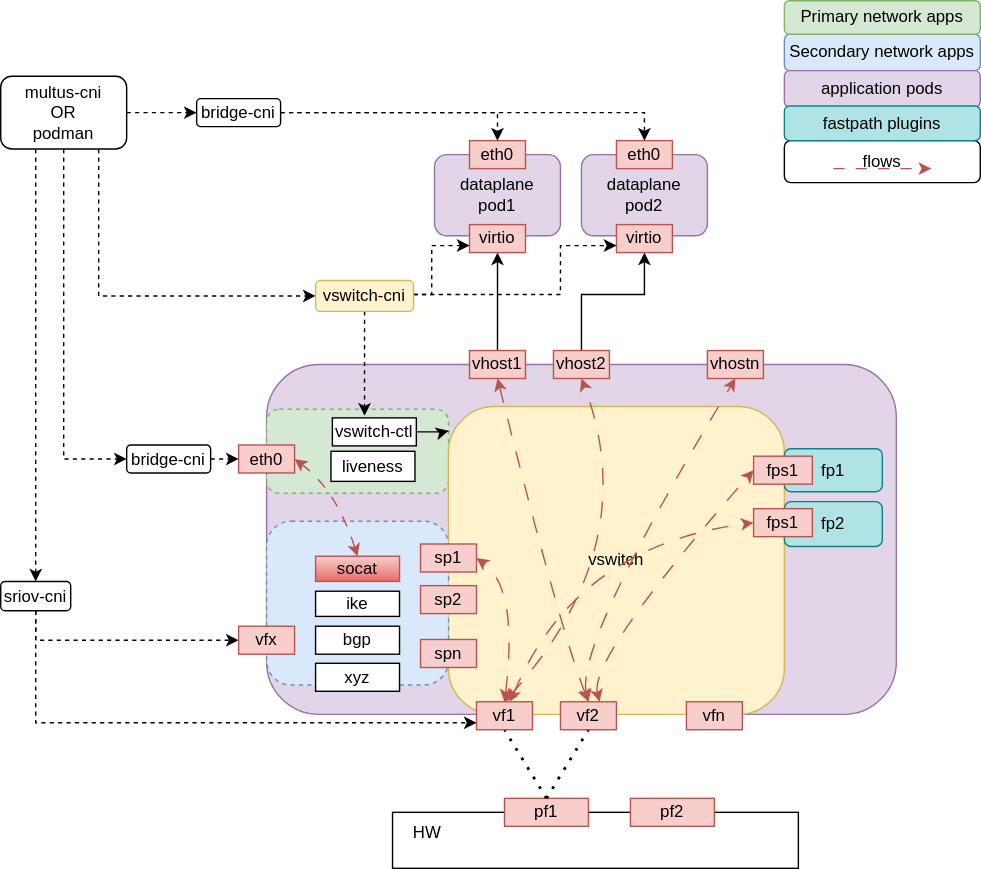
This is docs/images/vswitch.drawio.svg from sriramy/vswitch, a draw.io export, as it was before one commit. Source tidied: cells renumbered, new cells last; positions are measured from the earlier drawing's top-left corner, leaving out a move shared by most shapes.
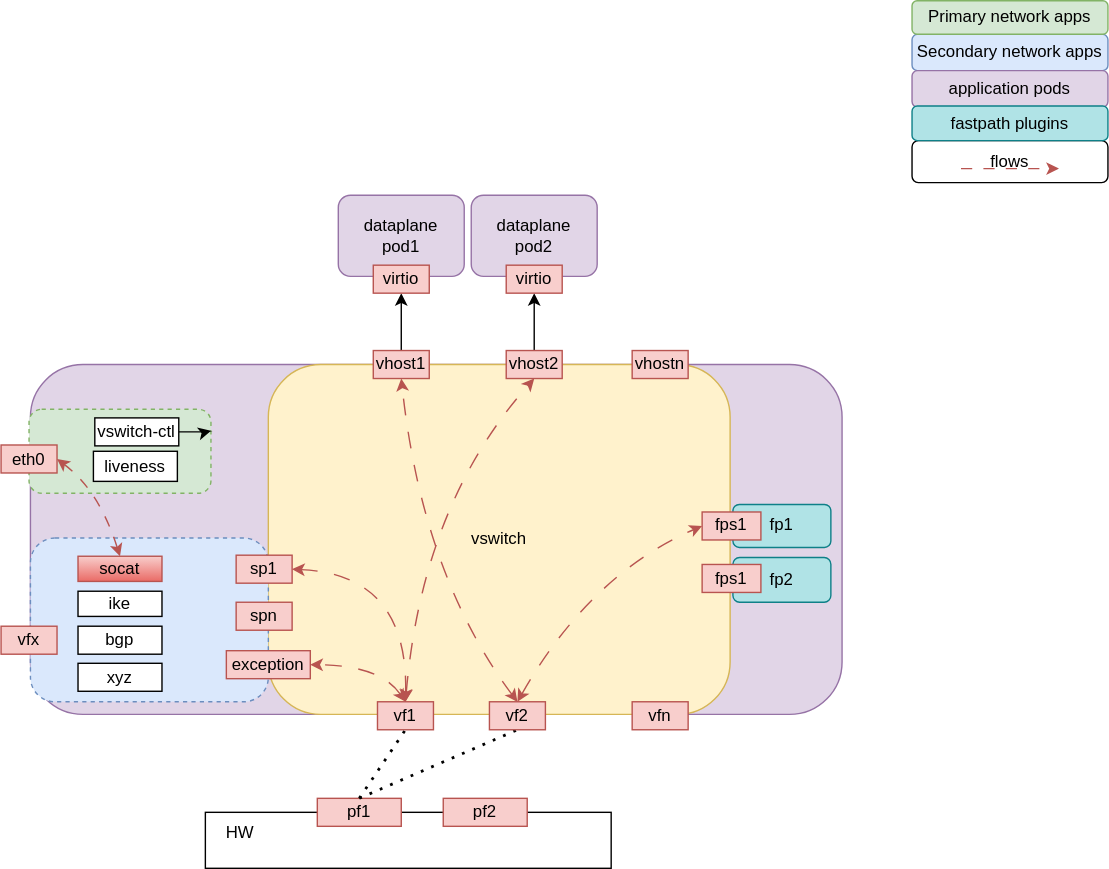
After the commit.

What changed in the source:
```diff
@@ -8,10 +8,7 @@
     <mxCell id="3" style="rounded=1;whiteSpace=wrap;html=1;fillColor=#e1d5e7;strokeColor=#9673a6;" parent="1" vertex="1">
-      <mxGeometry x="190" y="260" width="450" height="250" as="geometry" />
+      <mxGeometry x="-70" y="260" width="580" height="250" as="geometry" />
     </mxCell>
-    <mxCell id="4" style="edgeStyle=orthogonalEdgeStyle;rounded=0;jettySize=auto;html=1;entryX=0.5;entryY=1;entryDx=0;entryDy=0;" parent="1" edge="1" source="5" target="34">
+    <mxCell id="4" style="edgeStyle=orthogonalEdgeStyle;rounded=0;jettySize=auto;html=1;entryX=0.5;entryY=1;entryDx=0;entryDy=0;exitX=0.5;exitY=0;exitDx=0;exitDy=0;" parent="1" edge="1" source="5" target="34">
       <mxGeometry relative="1" as="geometry" />
     </mxCell>
-    <mxCell id="5" value="vhost1" style="rounded=0;whiteSpace=wrap;html=1;fillColor=#f8cecc;strokeColor=#b85450;" parent="1" vertex="1">
-      <mxGeometry x="335" y="250" width="40" height="20" as="geometry" />
-    </mxCell>
     <mxCell id="6" style="edgeStyle=orthogonalEdgeStyle;rounded=0;jettySize=auto;html=1;entryX=0.5;entryY=1;entryDx=0;entryDy=0;" parent="1" edge="1" source="7" target="36">
@@ -19,4 +16,4 @@
         <Array as="points">
-          <mxPoint x="415" y="210" />
-          <mxPoint x="460" y="210" />
+          <mxPoint x="290" y="260" />
+          <mxPoint x="290" y="180" />
         </Array>
@@ -24,19 +21,13 @@
     </mxCell>
-    <mxCell id="7" value="vhost2" style="rounded=0;whiteSpace=wrap;html=1;fillColor=#f8cecc;strokeColor=#b85450;" parent="1" vertex="1">
-      <mxGeometry x="395" y="250" width="40" height="20" as="geometry" />
-    </mxCell>
-    <mxCell id="8" value="vhostn" style="rounded=0;whiteSpace=wrap;html=1;fillColor=#f8cecc;strokeColor=#b85450;" parent="1" vertex="1">
-      <mxGeometry x="505" y="250" width="40" height="20" as="geometry" />
-    </mxCell>
     <mxCell id="9" style="rounded=0;whiteSpace=wrap;html=1;" parent="1" vertex="1">
-      <mxGeometry x="280" y="580" width="290" height="40" as="geometry" />
+      <mxGeometry x="55" y="580" width="290" height="40" as="geometry" />
     </mxCell>
     <mxCell id="10" value="HW" style="text;html=1;strokeColor=none;fillColor=none;align=center;verticalAlign=middle;whiteSpace=wrap;rounded=0;" parent="1" vertex="1">
-      <mxGeometry x="275" y="580" width="60" height="30" as="geometry" />
+      <mxGeometry x="50" y="580" width="60" height="30" as="geometry" />
     </mxCell>
     <mxCell id="11" value="pf1" style="rounded=0;whiteSpace=wrap;html=1;fillColor=#f8cecc;strokeColor=#b85450;" parent="1" vertex="1">
-      <mxGeometry x="360" y="570" width="60" height="20" as="geometry" />
+      <mxGeometry x="135" y="570" width="60" height="20" as="geometry" />
     </mxCell>
     <mxCell id="12" value="pf2" style="rounded=0;whiteSpace=wrap;html=1;fillColor=#f8cecc;strokeColor=#b85450;" parent="1" vertex="1">
-      <mxGeometry x="450" y="570" width="60" height="20" as="geometry" />
+      <mxGeometry x="225" y="570" width="60" height="20" as="geometry" />
     </mxCell>
@@ -49,21 +40,23 @@
     <mxCell id="15" style="rounded=1;whiteSpace=wrap;html=1;dashed=1;fillColor=#d5e8d4;strokeColor=#82b366;" parent="1" vertex="1">
-      <mxGeometry x="190" y="292" width="130" height="60" as="geometry" />
+      <mxGeometry x="-71" y="292" width="130" height="60" as="geometry" />
     </mxCell>
     <mxCell id="16" value="vswitch" style="rounded=1;whiteSpace=wrap;html=1;fillColor=#fff2cc;strokeColor=#d6b656;" parent="1" vertex="1">
-      <mxGeometry x="320" y="290" width="240" height="220" as="geometry" />
+      <mxGeometry x="100" y="260" width="330" height="250" as="geometry" />
     </mxCell>
     <mxCell id="17" style="rounded=1;whiteSpace=wrap;html=1;dashed=1;fillColor=#dae8fc;strokeColor=#6c8ebf;" parent="1" vertex="1">
-      <mxGeometry x="190" y="372" width="130" height="117" as="geometry" />
+      <mxGeometry x="-70" y="384" width="170" height="117" as="geometry" />
     </mxCell>
     <mxCell id="18" value="ike" style="rounded=0;whiteSpace=wrap;html=1;" parent="1" vertex="1">
-      <mxGeometry x="225" y="422" width="60" height="18" as="geometry" />
+      <mxGeometry x="-36" y="422" width="60" height="18" as="geometry" />
     </mxCell>
     <mxCell id="19" value="bgp" style="rounded=0;whiteSpace=wrap;html=1;" parent="1" vertex="1">
-      <mxGeometry x="225" y="447" width="60" height="20" as="geometry" />
+      <mxGeometry x="-36" y="447" width="60" height="20" as="geometry" />
     </mxCell>
-    <mxCell id="20" style="edgeStyle=orthogonalEdgeStyle;rounded=0;jettySize=auto;html=1;entryX=0;entryY=0.079;entryDx=0;entryDy=0;entryPerimeter=0;" parent="1" edge="1" source="21" target="16">
-      <mxGeometry relative="1" as="geometry" />
+    <mxCell id="20" style="edgeStyle=orthogonalEdgeStyle;rounded=0;jettySize=auto;html=1;entryX=0;entryY=0.079;entryDx=0;entryDy=0;entryPerimeter=0;" parent="1" edge="1" source="21">
+      <mxGeometry relative="1" as="geometry">
+        <mxPoint x="59" y="307.4" as="targetPoint" />
+      </mxGeometry>
     </mxCell>
     <mxCell id="21" value="vswitch-ctl" style="rounded=0;whiteSpace=wrap;html=1;" parent="1" vertex="1">
-      <mxGeometry x="237" y="298.1" width="60" height="20" as="geometry" />
+      <mxGeometry x="-24" y="298.1" width="60" height="20" as="geometry" />
     </mxCell>
@@ -76,18 +69,15 @@
     <mxCell id="24" value="sp1" style="rounded=0;whiteSpace=wrap;html=1;fillColor=#f8cecc;strokeColor=#b85450;" parent="1" vertex="1">
-      <mxGeometry x="300" y="388.2" width="40" height="20" as="geometry" />
+      <mxGeometry x="77" y="396.2" width="40" height="20" as="geometry" />
     </mxCell>
-    <mxCell id="25" value="sp2" style="rounded=0;whiteSpace=wrap;html=1;fillColor=#f8cecc;strokeColor=#b85450;" parent="1" vertex="1">
-      <mxGeometry x="300" y="418" width="40" height="20" as="geometry" />
-    </mxCell>
-    <mxCell id="26" value="spn" style="rounded=0;whiteSpace=wrap;html=1;fillColor=#f8cecc;strokeColor=#b85450;" parent="1" vertex="1">
-      <mxGeometry x="300" y="456.5" width="40" height="20" as="geometry" />
+    <mxCell id="26" value="exception" style="rounded=0;whiteSpace=wrap;html=1;fillColor=#f8cecc;strokeColor=#b85450;" parent="1" vertex="1">
+      <mxGeometry x="70" y="464.5" width="60" height="20" as="geometry" />
     </mxCell>
     <mxCell id="27" value="eth0" style="rounded=0;whiteSpace=wrap;html=1;fillColor=#f8cecc;strokeColor=#b85450;" parent="1" vertex="1">
-      <mxGeometry x="170" y="317.5" width="40" height="20" as="geometry" />
+      <mxGeometry x="-91" y="317.5" width="40" height="20" as="geometry" />
     </mxCell>
     <mxCell id="28" value="vf1" style="rounded=0;whiteSpace=wrap;html=1;fillColor=#f8cecc;strokeColor=#b85450;" parent="1" vertex="1">
-      <mxGeometry x="340" y="501" width="40" height="20" as="geometry" />
+      <mxGeometry x="178" y="501" width="40" height="20" as="geometry" />
     </mxCell>
     <mxCell id="29" value="liveness" style="rounded=0;whiteSpace=wrap;html=1;" parent="1" vertex="1">
-      <mxGeometry x="236" y="322" width="60" height="21.5" as="geometry" />
+      <mxGeometry x="-25" y="322" width="60" height="21.5" as="geometry" />
     </mxCell>
@@ -96,3 +86,3 @@
         <Array as="points">
-          <mxPoint x="460" y="390" />
+          <mxPoint x="210" y="360" />
         </Array>
@@ -100,6 +90,6 @@
     </mxCell>
-    <mxCell id="31" style="curved=1;endArrow=classic;html=1;rounded=0;exitX=0.5;exitY=0;exitDx=0;exitDy=0;entryX=1;entryY=0.5;entryDx=0;entryDy=0;dashed=1;dashPattern=12 12;fillColor=#f8cecc;strokeColor=#b85450;startArrow=classic;startFill=1;" parent="1" edge="1" source="28" target="24">
+    <mxCell id="31" style="curved=1;endArrow=classic;html=1;rounded=0;exitX=0.5;exitY=0;exitDx=0;exitDy=0;dashed=1;dashPattern=12 12;fillColor=#f8cecc;strokeColor=#b85450;startArrow=classic;startFill=1;entryX=1;entryY=0.5;entryDx=0;entryDy=0;" parent="1" edge="1" source="28" target="24">
       <mxGeometry relative="1" as="geometry">
         <Array as="points">
-          <mxPoint x="370" y="420" />
+          <mxPoint x="200" y="410" />
         </Array>
@@ -110,3 +100,3 @@
         <Array as="points">
-          <mxPoint x="400" y="450" />
+          <mxPoint x="210" y="410" />
         </Array>
@@ -115,12 +105,12 @@
     <mxCell id="33" value="dataplane&lt;br&gt;pod1" style="rounded=1;whiteSpace=wrap;html=1;fillColor=#e1d5e7;strokeColor=#9673a6;" parent="1" vertex="1">
-      <mxGeometry x="310" y="110" width="90" height="58" as="geometry" />
+      <mxGeometry x="150" y="139" width="90" height="58" as="geometry" />
     </mxCell>
     <mxCell id="34" value="virtio" style="rounded=0;whiteSpace=wrap;html=1;fillColor=#f8cecc;strokeColor=#b85450;" parent="1" vertex="1">
-      <mxGeometry x="335" y="160" width="40" height="20" as="geometry" />
+      <mxGeometry x="175" y="189" width="40" height="20" as="geometry" />
     </mxCell>
     <mxCell id="35" value="dataplane&lt;br&gt;pod2" style="rounded=1;whiteSpace=wrap;html=1;fillColor=#e1d5e7;strokeColor=#9673a6;" parent="1" vertex="1">
-      <mxGeometry x="415" y="110" width="90" height="58" as="geometry" />
+      <mxGeometry x="245" y="139" width="90" height="58" as="geometry" />
     </mxCell>
     <mxCell id="36" value="virtio" style="rounded=0;whiteSpace=wrap;html=1;fillColor=#f8cecc;strokeColor=#b85450;" parent="1" vertex="1">
-      <mxGeometry x="440" y="160" width="40" height="20" as="geometry" />
+      <mxGeometry x="270" y="189" width="40" height="20" as="geometry" />
     </mxCell>
@@ -129,9 +119,2 @@
     </mxCell>
-    <mxCell id="38" style="curved=1;endArrow=classic;html=1;rounded=0;exitX=0.5;exitY=0;exitDx=0;exitDy=0;entryX=0.5;entryY=1;entryDx=0;entryDy=0;dashed=1;dashPattern=12 12;fillColor=#f8cecc;strokeColor=#b85450;startArrow=classic;startFill=1;" parent="1" edge="1" source="52" target="8">
-      <mxGeometry relative="1" as="geometry">
-        <Array as="points">
-          <mxPoint x="410" y="460" />
-        </Array>
-      </mxGeometry>
-    </mxCell>
     <mxCell id="39" style="endArrow=classic;html=1;rounded=0;dashed=1;dashPattern=8 8;fillColor=#f8cecc;strokeColor=#b85450;" parent="1" edge="1">
@@ -142,105 +125,27 @@
     </mxCell>
-    <mxCell id="40" style="edgeStyle=orthogonalEdgeStyle;rounded=0;jettySize=auto;html=1;entryX=0;entryY=0.75;entryDx=0;entryDy=0;fillColor=#fff2cc;strokeColor=#000000;dashed=1;" parent="1" edge="1" source="43" target="34">
-      <mxGeometry relative="1" as="geometry">
-        <Array as="points">
-          <mxPoint x="308" y="210" />
-          <mxPoint x="308" y="175" />
-        </Array>
-      </mxGeometry>
-    </mxCell>
-    <mxCell id="41" style="edgeStyle=orthogonalEdgeStyle;rounded=0;jettySize=auto;html=1;entryX=0.383;entryY=-0.075;entryDx=0;entryDy=0;fillColor=#fff2cc;strokeColor=#000000;dashed=1;exitX=0.5;exitY=1;exitDx=0;exitDy=0;entryPerimeter=0;" parent="1" edge="1" source="43" target="21">
-      <mxGeometry relative="1" as="geometry" />
-    </mxCell>
-    <mxCell id="42" style="edgeStyle=orthogonalEdgeStyle;rounded=0;jettySize=auto;html=1;entryX=0;entryY=0.75;entryDx=0;entryDy=0;dashed=1;" parent="1" edge="1" source="43" target="36">
-      <mxGeometry relative="1" as="geometry">
-        <Array as="points">
-          <mxPoint x="400" y="210" />
-          <mxPoint x="400" y="175" />
-        </Array>
-      </mxGeometry>
-    </mxCell>
-    <mxCell id="43" value="vswitch-cni" style="rounded=1;whiteSpace=wrap;html=1;fillColor=#fff2cc;strokeColor=#d6b656;" parent="1" vertex="1">
-      <mxGeometry x="225" y="200" width="70" height="22" as="geometry" />
-    </mxCell>
-    <mxCell id="44" style="edgeStyle=orthogonalEdgeStyle;rounded=0;jettySize=auto;html=1;entryX=0;entryY=0.5;entryDx=0;entryDy=0;dashed=1;exitX=1;exitY=0.5;exitDx=0;exitDy=0;" parent="1" edge="1" source="56" target="27">
-      <mxGeometry relative="1" as="geometry" />
-    </mxCell>
-    <mxCell id="45" style="edgeStyle=orthogonalEdgeStyle;rounded=0;jettySize=auto;html=1;entryX=0.5;entryY=0;entryDx=0;entryDy=0;dashed=1;" parent="1" edge="1" source="48" target="50">
-      <mxGeometry relative="1" as="geometry">
-        <Array as="points">
-          <mxPoint x="25" y="250" />
-          <mxPoint x="25" y="250" />
-        </Array>
-      </mxGeometry>
-    </mxCell>
-    <mxCell id="46" style="edgeStyle=orthogonalEdgeStyle;rounded=0;jettySize=auto;html=1;entryX=0;entryY=0.5;entryDx=0;entryDy=0;dashed=1;" parent="1" edge="1" source="48" target="60">
-      <mxGeometry relative="1" as="geometry" />
-    </mxCell>
-    <mxCell id="47" style="edgeStyle=orthogonalEdgeStyle;rounded=0;jettySize=auto;html=1;entryX=0;entryY=0.5;entryDx=0;entryDy=0;dashed=1;" parent="1" edge="1" source="48" target="43">
-      <mxGeometry relative="1" as="geometry">
-        <Array as="points">
-          <mxPoint x="70" y="211" />
-        </Array>
-      </mxGeometry>
-    </mxCell>
-    <mxCell id="48" value="multus-cni&lt;br&gt;OR&lt;br&gt;podman" style="rounded=1;whiteSpace=wrap;html=1;" parent="1" vertex="1">
-      <mxGeometry y="54" width="90" height="52" as="geometry" />
-    </mxCell>
-    <mxCell id="49" style="edgeStyle=orthogonalEdgeStyle;rounded=0;jettySize=auto;html=1;entryX=0;entryY=0.75;entryDx=0;entryDy=0;dashed=1;" parent="1" edge="1" source="50" target="28">
-      <mxGeometry relative="1" as="geometry">
-        <Array as="points">
-          <mxPoint x="25" y="516" />
-        </Array>
-      </mxGeometry>
-    </mxCell>
-    <mxCell id="50" value="sriov-cni" style="rounded=1;whiteSpace=wrap;html=1;" parent="1" vertex="1">
-      <mxGeometry y="415" width="50" height="21" as="geometry" />
-    </mxCell>
     <mxCell id="51" value="vfn" style="rounded=0;whiteSpace=wrap;html=1;fillColor=#f8cecc;strokeColor=#b85450;" parent="1" vertex="1">
-      <mxGeometry x="490" y="501" width="40" height="20" as="geometry" />
+      <mxGeometry x="360" y="501" width="40" height="20" as="geometry" />
     </mxCell>
     <mxCell id="52" value="vf2" style="rounded=0;whiteSpace=wrap;html=1;fillColor=#f8cecc;strokeColor=#b85450;" parent="1" vertex="1">
-      <mxGeometry x="400" y="501" width="40" height="20" as="geometry" />
+      <mxGeometry x="258" y="501" width="40" height="20" as="geometry" />
     </mxCell>
     <mxCell id="53" value="socat" style="rounded=0;whiteSpace=wrap;html=1;fillColor=#f8cecc;strokeColor=#b85450;gradientColor=#ea6b66;" parent="1" vertex="1">
-      <mxGeometry x="225" y="397" width="60" height="18" as="geometry" />
+      <mxGeometry x="-36" y="397" width="60" height="18" as="geometry" />
     </mxCell>
-    <mxCell id="54" value="eth0" style="rounded=0;whiteSpace=wrap;html=1;fillColor=#f8cecc;strokeColor=#b85450;" parent="1" vertex="1">
-      <mxGeometry x="335" y="100" width="40" height="20" as="geometry" />
-    </mxCell>
-    <mxCell id="55" style="edgeStyle=orthogonalEdgeStyle;rounded=0;jettySize=auto;html=1;entryX=0;entryY=0.5;entryDx=0;entryDy=0;dashed=1;exitX=0.5;exitY=1;exitDx=0;exitDy=0;" parent="1" edge="1" source="48" target="56">
-      <mxGeometry relative="1" as="geometry" />
-    </mxCell>
-    <mxCell id="56" value="bridge-cni" style="rounded=1;whiteSpace=wrap;html=1;" parent="1" vertex="1">
-      <mxGeometry x="90" y="317.5" width="60" height="20" as="geometry" />
-    </mxCell>
-    <mxCell id="57" value="eth0" style="rounded=0;whiteSpace=wrap;html=1;fillColor=#f8cecc;strokeColor=#b85450;" parent="1" vertex="1">
-      <mxGeometry x="440" y="100" width="40" height="20" as="geometry" />
-    </mxCell>
-    <mxCell id="58" style="edgeStyle=orthogonalEdgeStyle;rounded=0;jettySize=auto;html=1;entryX=0.5;entryY=0;entryDx=0;entryDy=0;dashed=1;" parent="1" edge="1" source="60" target="54">
-      <mxGeometry relative="1" as="geometry" />
-    </mxCell>
-    <mxCell id="59" style="edgeStyle=orthogonalEdgeStyle;rounded=0;jettySize=auto;html=1;entryX=0.5;entryY=0;entryDx=0;entryDy=0;dashed=1;" parent="1" edge="1" source="60" target="57">
-      <mxGeometry relative="1" as="geometry" />
-    </mxCell>
-    <mxCell id="60" value="bridge-cni" style="rounded=1;whiteSpace=wrap;html=1;" parent="1" vertex="1">
-      <mxGeometry x="140" y="70" width="60" height="20" as="geometry" />
-    </mxCell>
     <mxCell id="61" value="fp1" style="rounded=1;whiteSpace=wrap;html=1;fillColor=#b0e3e6;strokeColor=#0e8088;" parent="1" vertex="1">
-      <mxGeometry x="560" y="320.1" width="70" height="30.8" as="geometry" />
+      <mxGeometry x="432" y="360" width="70" height="30.8" as="geometry" />
     </mxCell>
     <mxCell id="62" value="fp2" style="rounded=1;whiteSpace=wrap;html=1;fillColor=#b0e3e6;strokeColor=#0e8088;" parent="1" vertex="1">
-      <mxGeometry x="560" y="358" width="70" height="32" as="geometry" />
+      <mxGeometry x="432" y="397.9" width="70" height="32" as="geometry" />
     </mxCell>
     <mxCell id="63" value="fps1" style="rounded=0;whiteSpace=wrap;html=1;fillColor=#f8cecc;strokeColor=#b85450;" parent="1" vertex="1">
-      <mxGeometry x="538" y="325.5" width="42" height="20" as="geometry" />
+      <mxGeometry x="410" y="365.4" width="42" height="20" as="geometry" />
     </mxCell>
     <mxCell id="64" value="fps1" style="rounded=0;whiteSpace=wrap;html=1;fillColor=#f8cecc;strokeColor=#b85450;" parent="1" vertex="1">
-      <mxGeometry x="538" y="363" width="42" height="20" as="geometry" />
+      <mxGeometry x="410" y="402.9" width="42" height="20" as="geometry" />
     </mxCell>
-    <mxCell id="65" style="curved=1;endArrow=classic;html=1;rounded=0;exitX=0.45;exitY=-0.5;exitDx=0;exitDy=0;entryX=0;entryY=0.5;entryDx=0;entryDy=0;dashed=1;dashPattern=12 12;fillColor=#f8cecc;strokeColor=#b85450;exitPerimeter=0;startArrow=classic;startFill=1;" parent="1" edge="1" target="63">
+    <mxCell id="65" style="curved=1;endArrow=classic;html=1;rounded=0;exitX=0.5;exitY=0;exitDx=0;exitDy=0;entryX=0;entryY=0.5;entryDx=0;entryDy=0;dashed=1;dashPattern=12 12;fillColor=#f8cecc;strokeColor=#b85450;startArrow=classic;startFill=1;" parent="1" edge="1" source="52" target="63">
       <mxGeometry relative="1" as="geometry">
-        <mxPoint x="428" y="501" as="sourcePoint" />
         <Array as="points">
-          <mxPoint x="420" y="470" />
+          <mxPoint x="330" y="410" />
         </Array>
@@ -251,11 +156,4 @@
     </mxCell>
-    <mxCell id="67" style="curved=1;endArrow=classic;html=1;rounded=0;entryX=0;entryY=0.5;entryDx=0;entryDy=0;dashed=1;dashPattern=12 12;fillColor=#f8cecc;strokeColor=#b85450;startArrow=classic;startFill=1;" parent="1" edge="1" source="28" target="64">
-      <mxGeometry relative="1" as="geometry">
-        <Array as="points">
-          <mxPoint x="410" y="390" />
-        </Array>
-      </mxGeometry>
-    </mxCell>
     <mxCell id="68" value="xyz" style="rounded=0;whiteSpace=wrap;html=1;" parent="1" vertex="1">
-      <mxGeometry x="225" y="473.5" width="60" height="20" as="geometry" />
+      <mxGeometry x="-36" y="473.5" width="60" height="20" as="geometry" />
     </mxCell>
@@ -264,3 +162,3 @@
         <Array as="points">
-          <mxPoint x="240" y="350" />
+          <mxPoint x="-21" y="350" />
         </Array>
@@ -268,8 +166,24 @@
     </mxCell>
-    <mxCell id="70" style="edgeStyle=orthogonalEdgeStyle;rounded=0;jettySize=auto;html=1;entryX=0;entryY=0.5;entryDx=0;entryDy=0;dashed=1;exitX=0.5;exitY=1;exitDx=0;exitDy=0;" parent="1" edge="1" source="50" target="71">
-      <mxGeometry relative="1" as="geometry" />
-    </mxCell>
     <mxCell id="71" value="vfx" style="rounded=0;whiteSpace=wrap;html=1;fillColor=#f8cecc;strokeColor=#b85450;" parent="1" vertex="1">
-      <mxGeometry x="170" y="447" width="40" height="20" as="geometry" />
+      <mxGeometry x="-91" y="447" width="40" height="20" as="geometry" />
     </mxCell>
+    <mxCell id="5" value="vhost1" style="rounded=0;whiteSpace=wrap;html=1;fillColor=#f8cecc;strokeColor=#b85450;" parent="1" vertex="1">
+      <mxGeometry x="175" y="250" width="40" height="20" as="geometry" />
+    </mxCell>
+    <mxCell id="7" value="vhost2" style="rounded=0;whiteSpace=wrap;html=1;fillColor=#f8cecc;strokeColor=#b85450;" parent="1" vertex="1">
+      <mxGeometry x="270" y="250" width="40" height="20" as="geometry" />
+    </mxCell>
+    <mxCell id="8" value="vhostn" style="rounded=0;whiteSpace=wrap;html=1;fillColor=#f8cecc;strokeColor=#b85450;" parent="1" vertex="1">
+      <mxGeometry x="360" y="250" width="40" height="20" as="geometry" />
+    </mxCell>
+    <mxCell id="72" value="spn" style="rounded=0;whiteSpace=wrap;html=1;fillColor=#f8cecc;strokeColor=#b85450;" parent="1" vertex="1">
+      <mxGeometry x="77" y="429.9" width="40" height="20" as="geometry" />
+    </mxCell>
+    <mxCell id="73" style="curved=1;endArrow=classic;html=1;rounded=0;exitX=0.5;exitY=0;exitDx=0;exitDy=0;dashed=1;dashPattern=12 12;fillColor=#f8cecc;strokeColor=#b85450;startArrow=classic;startFill=1;entryX=1;entryY=0.5;entryDx=0;entryDy=0;" parent="1" edge="1" source="28" target="26">
+      <mxGeometry relative="1" as="geometry">
+        <Array as="points">
+          <mxPoint x="180" y="475" />
+        </Array>
+      </mxGeometry>
+    </mxCell>
   </root>
```
